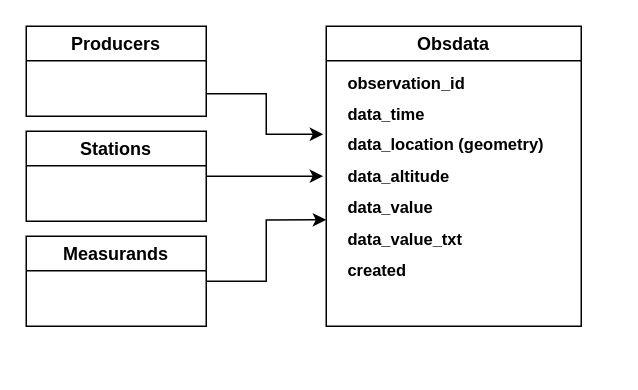
Earlier version of the draw.io diagram previous-exp/3rdparty-postgis-FMI-simplified.drawio (EURODEO/e-soh-poc-report). Source tidied: cells renumbered, new cells numbered last; positions are measured from the earlier drawing's top-left corner, leaving out a move shared by most shapes. Both pictures are drawn from the tidied source at 150%, with x=0, y=0 at pixel (26, 26).
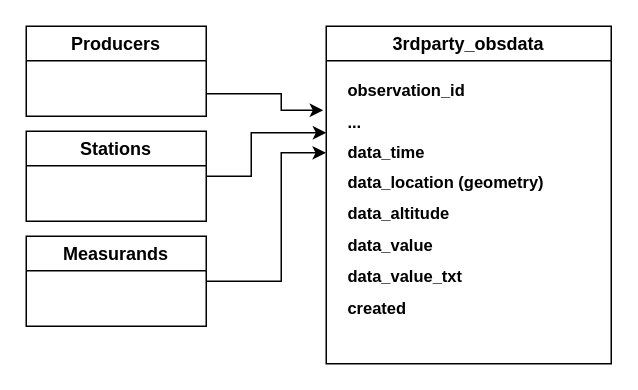
The same page after the edit.

What changed in the source:
```diff
@@
 <mxGraphModel>
   <root>
     <mxCell id="0" />
     <mxCell id="1" parent="0" />
-    <mxCell id="2" style="edgeStyle=orthogonalEdgeStyle;rounded=0;jettySize=auto;html=1;exitX=1;exitY=0.5;exitDx=0;exitDy=0;entryX=-0.012;entryY=0.444;entryDx=0;entryDy=0;entryPerimeter=0;" parent="1" edge="1" source="3" target="9">
-      <mxGeometry relative="1" as="geometry" />
+    <mxCell id="2" style="edgeStyle=orthogonalEdgeStyle;rounded=0;jettySize=auto;html=1;exitX=1;exitY=0.5;exitDx=0;exitDy=0;entryX=0;entryY=0.23;entryDx=0;entryDy=0;entryPerimeter=0;" parent="1" edge="1" source="3" target="9">
+      <mxGeometry relative="1" as="geometry">
+        <Array as="points">
+          <mxPoint x="150" y="100" />
+          <mxPoint x="150" y="71" />
+        </Array>
+      </mxGeometry>
     </mxCell>
     <mxCell id="3" value="Stations" style="swimlane;whiteSpace=wrap;html=1;" parent="1" vertex="1">
       <mxGeometry y="70" width="120" height="60" as="geometry" />
     </mxCell>
-    <mxCell id="4" style="edgeStyle=orthogonalEdgeStyle;rounded=0;jettySize=auto;html=1;exitX=1;exitY=0.75;exitDx=0;exitDy=0;entryX=-0.012;entryY=0.289;entryDx=0;entryDy=0;entryPerimeter=0;" parent="1" edge="1" source="5" target="9">
-      <mxGeometry relative="1" as="geometry" />
+    <mxCell id="4" style="edgeStyle=orthogonalEdgeStyle;rounded=0;jettySize=auto;html=1;exitX=1;exitY=0.75;exitDx=0;exitDy=0;entryX=-0.012;entryY=0.155;entryDx=0;entryDy=0;entryPerimeter=0;" parent="1" edge="1" source="5" target="9">
+      <mxGeometry relative="1" as="geometry">
+        <Array as="points">
+          <mxPoint x="170" y="45" />
+          <mxPoint x="170" y="56" />
+        </Array>
+      </mxGeometry>
     </mxCell>
     <mxCell id="5" value="Producers" style="swimlane;whiteSpace=wrap;html=1;" parent="1" vertex="1">
       <mxGeometry width="120" height="60" as="geometry" />
     </mxCell>
-    <mxCell id="6" style="edgeStyle=orthogonalEdgeStyle;rounded=0;jettySize=auto;html=1;exitX=1;exitY=0.5;exitDx=0;exitDy=0;entryX=0;entryY=0.606;entryDx=0;entryDy=0;entryPerimeter=0;" parent="1" edge="1" source="7" target="9">
-      <mxGeometry relative="1" as="geometry" />
+    <mxCell id="6" style="edgeStyle=orthogonalEdgeStyle;rounded=0;jettySize=auto;html=1;exitX=1;exitY=0.5;exitDx=0;exitDy=0;entryX=-0.001;entryY=0.297;entryDx=0;entryDy=0;entryPerimeter=0;" parent="1" edge="1" source="7" target="9">
+      <mxGeometry relative="1" as="geometry">
+        <Array as="points">
+          <mxPoint x="170" y="170" />
+          <mxPoint x="170" y="84" />
+        </Array>
+      </mxGeometry>
     </mxCell>
     <mxCell id="7" value="Measurands" style="swimlane;whiteSpace=wrap;html=1;" parent="1" vertex="1">
       <mxGeometry y="140" width="120" height="60" as="geometry" />
     </mxCell>
-    <mxCell id="8" value="Obsdata" style="swimlane;whiteSpace=wrap;html=1;startSize=23;" parent="1" vertex="1">
-      <mxGeometry x="200" width="170" height="200" as="geometry" />
+    <mxCell id="8" value="3rdparty_obsdata" style="swimlane;whiteSpace=wrap;html=1;startSize=23;" parent="1" vertex="1">
+      <mxGeometry x="200" width="190" height="225" as="geometry" />
     </mxCell>
-    <mxCell id="9" value="&lt;div style=&quot;margin: 0px; padding: 0px 1em 0px 0em; border-radius: 0px; background: none rgb(255, 255, 255); border: 0px; inset: auto; float: none; height: auto; line-height: 20px; outline: 0px; overflow: visible; position: static; text-align: left; vertical-align: baseline; width: auto; box-sizing: content-box; min-height: inherit; color: rgb(51, 51, 51); font-size: 11px;&quot; class=&quot;line number3 index2 alt2&quot;&gt;&lt;code style=&quot;border-radius: 0px; background: none; border: 0px; inset: auto; float: none; height: auto; line-height: 20px; margin: 0px; outline: 0px; overflow: visible; padding: 0px; position: static; vertical-align: baseline; width: auto; box-sizing: content-box; min-height: inherit; color: rgb(0, 0, 0) !important;&quot; class=&quot;java plain&quot;&gt;&lt;b style=&quot;&quot;&gt;&lt;font face=&quot;Helvetica&quot; style=&quot;font-size: 11px;&quot;&gt;observation_id&amp;nbsp; &amp;nbsp; &amp;nbsp; &amp;nbsp;&amp;nbsp;&lt;/font&gt;&lt;/b&gt;&lt;/code&gt;&lt;/div&gt;&lt;div style=&quot;margin: 0px; padding: 0px 1em 0px 0em; border-radius: 0px; background: none rgb(255, 255, 255); border: 0px; inset: auto; float: none; height: auto; line-height: 20px; outline: 0px; overflow: visible; position: static; text-align: left; vertical-align: baseline; width: auto; box-sizing: content-box; min-height: inherit; color: rgb(51, 51, 51); font-size: 11px;&quot; class=&quot;line number4 index3 alt1&quot;&gt;&lt;b&gt;&lt;span style=&quot;background-color: initial; color: rgb(0, 0, 0);&quot;&gt;data_time&lt;/span&gt;&lt;/b&gt;&lt;br&gt;&lt;/div&gt;&lt;div style=&quot;margin: 0px; padding: 0px 1em 0px 0em; border-radius: 0px; background: none rgb(255, 255, 255); border: 0px; inset: auto; float: none; height: auto; line-height: 20px; outline: 0px; overflow: visible; position: static; text-align: left; vertical-align: baseline; width: auto; box-sizing: content-box; min-height: inherit; color: rgb(51, 51, 51); font-size: 11px;&quot; class=&quot;line number9 index8 alt2&quot;&gt;&lt;code style=&quot;border-radius: 0px; background: none; border: 0px; inset: auto; float: none; height: auto; line-height: 20px; margin: 0px; outline: 0px; overflow: visible; padding: 0px; position: static; vertical-align: baseline; width: auto; box-sizing: content-box; min-height: inherit; color: rgb(0, 0, 0) !important;&quot; class=&quot;java plain&quot;&gt;&lt;b&gt;&lt;font face=&quot;Helvetica&quot; style=&quot;font-size: 11px;&quot;&gt;data_location (geometry)&lt;br&gt;&lt;/font&gt;&lt;/b&gt;&lt;/code&gt;&lt;/div&gt;&lt;div style=&quot;margin: 0px; padding: 0px 1em 0px 0em; border-radius: 0px; background: none rgb(255, 255, 255); border: 0px; inset: auto; float: none; height: auto; line-height: 20px; outline: 0px; overflow: visible; position: static; text-align: left; vertical-align: baseline; width: auto; box-sizing: content-box; min-height: inherit; color: rgb(51, 51, 51); font-size: 11px;&quot; class=&quot;line number9 index8 alt2&quot;&gt;&lt;code style=&quot;border-radius: 0px; background: none; border: 0px; inset: auto; float: none; height: auto; line-height: 20px; margin: 0px; outline: 0px; overflow: visible; padding: 0px; position: static; vertical-align: baseline; width: auto; box-sizing: content-box; min-height: inherit; color: rgb(0, 0, 0) !important;&quot; class=&quot;java plain&quot;&gt;&lt;b&gt;&lt;font face=&quot;Helvetica&quot; style=&quot;font-size: 11px;&quot;&gt;data_altitude&lt;/font&gt;&lt;/b&gt;&lt;/code&gt;&lt;/div&gt;&lt;div style=&quot;margin: 0px; padding: 0px 1em 0px 0em; border-radius: 0px; background: none rgb(255, 255, 255); border: 0px; inset: auto; float: none; height: auto; line-height: 20px; outline: 0px; overflow: visible; position: static; text-align: left; vertical-align: baseline; width: auto; box-sizing: content-box; min-height: inherit; color: rgb(51, 51, 51); font-size: 11px;&quot; class=&quot;line number9 index8 alt2&quot;&gt;&lt;code style=&quot;border-radius: 0px; background: none; border: 0px; inset: auto; float: none; height: auto; line-height: 20px; margin: 0px; outline: 0px; overflow: visible; padding: 0px; position: static; vertical-align: baseline; width: auto; box-sizing: content-box; min-height: inherit; color: rgb(0, 0, 0) !important;&quot; class=&quot;java plain&quot;&gt;&lt;b&gt;&lt;font face=&quot;Helvetica&quot; style=&quot;font-size: 11px;&quot;&gt;data_value&lt;/font&gt;&lt;/b&gt;&lt;/code&gt;&lt;/div&gt;&lt;div style=&quot;margin: 0px; padding: 0px 1em 0px 0em; border-radius: 0px; background: none rgb(255, 255, 255); border: 0px; inset: auto; float: none; height: auto; line-height: 20px; outline: 0px; overflow: visible; position: static; text-align: left; vertical-align: baseline; width: auto; box-sizing: content-box; min-height: inherit; color: rgb(51, 51, 51); font-size: 11px;&quot; class=&quot;line number9 index8 alt2&quot;&gt;&lt;code style=&quot;border-radius: 0px; background: none; border: 0px; inset: auto; float: none; height: auto; line-height: 20px; margin: 0px; outline: 0px; overflow: visible; padding: 0px; position: static; vertical-align: baseline; width: auto; box-sizing: content-box; min-height: inherit; color: rgb(0, 0, 0) !important;&quot; class=&quot;java plain&quot;&gt;&lt;b&gt;&lt;font face=&quot;Helvetica&quot; style=&quot;font-size: 11px;&quot;&gt;data_value_txt&lt;/font&gt;&lt;/b&gt;&lt;/code&gt;&lt;/div&gt;&lt;div style=&quot;margin: 0px; padding: 0px 1em 0px 0em; border-radius: 0px; background: none rgb(255, 255, 255); border: 0px; inset: auto; float: none; height: auto; line-height: 20px; outline: 0px; overflow: visible; position: static; text-align: left; vertical-align: baseline; width: auto; box-sizing: content-box; min-height: inherit; color: rgb(51, 51, 51); font-size: 11px;&quot; class=&quot;line number9 index8 alt2&quot;&gt;&lt;b style=&quot;background-color: initial; color: rgb(0, 0, 0);&quot;&gt;created&lt;/b&gt;&lt;br&gt;&lt;/div&gt;&lt;div style=&quot;margin: 0px; padding: 0px 1em 0px 0em; border-radius: 0px; background: none rgb(255, 255, 255); border: 0px; inset: auto; float: none; height: auto; line-height: 20px; outline: 0px; overflow: visible; position: static; text-align: left; vertical-align: baseline; width: auto; box-sizing: content-box; font-family: Consolas, &amp;quot;Bitstream Vera Sans Mono&amp;quot;, &amp;quot;Courier New&amp;quot;, Courier, monospace; min-height: inherit; color: rgb(51, 51, 51); font-size: 11px;&quot; class=&quot;line number9 index8 alt2&quot;&gt;&lt;br&gt;&lt;/div&gt;" style="text;html=1;align=center;verticalAlign=middle;points=[];strokeColor=none;fillColor=none;" parent="8" vertex="1">
-      <mxGeometry y="20" width="170" height="180" as="geometry" />
+    <mxCell id="9" value="&lt;div style=&quot;margin: 0px; padding: 0px 1em 0px 0em; border-radius: 0px; background: none rgb(255, 255, 255); border: 0px; inset: auto; float: none; height: auto; line-height: 20px; outline: 0px; overflow: visible; position: static; text-align: left; vertical-align: baseline; width: auto; box-sizing: content-box; min-height: inherit; color: rgb(51, 51, 51); font-size: 11px;&quot; class=&quot;line number3 index2 alt2&quot;&gt;&lt;code style=&quot;border-radius: 0px; background: none; border: 0px; inset: auto; float: none; height: auto; line-height: 20px; margin: 0px; outline: 0px; overflow: visible; padding: 0px; position: static; vertical-align: baseline; width: auto; box-sizing: content-box; min-height: inherit; color: rgb(0, 0, 0) !important;&quot; class=&quot;java plain&quot;&gt;&lt;b style=&quot;&quot;&gt;&lt;font face=&quot;Helvetica&quot; style=&quot;font-size: 11px;&quot;&gt;observation_id&amp;nbsp; &amp;nbsp; &amp;nbsp; &amp;nbsp;&amp;nbsp;&lt;/font&gt;&lt;/b&gt;&lt;/code&gt;&lt;/div&gt;&lt;div style=&quot;margin: 0px; padding: 0px 1em 0px 0em; border-radius: 0px; background: none rgb(255, 255, 255); border: 0px; inset: auto; float: none; height: auto; line-height: 20px; outline: 0px; overflow: visible; position: static; text-align: left; vertical-align: baseline; width: auto; box-sizing: content-box; min-height: inherit; color: rgb(51, 51, 51); font-size: 11px;&quot; class=&quot;line number4 index3 alt1&quot;&gt;&lt;b&gt;&lt;span style=&quot;background-color: initial; color: rgb(0, 0, 0);&quot;&gt;...&lt;/span&gt;&lt;/b&gt;&lt;/div&gt;&lt;div style=&quot;margin: 0px; padding: 0px 1em 0px 0em; border-radius: 0px; background: none rgb(255, 255, 255); border: 0px; inset: auto; float: none; height: auto; line-height: 20px; outline: 0px; overflow: visible; position: static; text-align: left; vertical-align: baseline; width: auto; box-sizing: content-box; min-height: inherit; color: rgb(51, 51, 51); font-size: 11px;&quot; class=&quot;line number4 index3 alt1&quot;&gt;&lt;b&gt;&lt;span style=&quot;background-color: initial; color: rgb(0, 0, 0);&quot;&gt;data_time&lt;/span&gt;&lt;/b&gt;&lt;br&gt;&lt;/div&gt;&lt;div style=&quot;margin: 0px; padding: 0px 1em 0px 0em; border-radius: 0px; background: none rgb(255, 255, 255); border: 0px; inset: auto; float: none; height: auto; line-height: 20px; outline: 0px; overflow: visible; position: static; text-align: left; vertical-align: baseline; width: auto; box-sizing: content-box; min-height: inherit; color: rgb(51, 51, 51); font-size: 11px;&quot; class=&quot;line number9 index8 alt2&quot;&gt;&lt;code style=&quot;border-radius: 0px; background: none; border: 0px; inset: auto; float: none; height: auto; line-height: 20px; margin: 0px; outline: 0px; overflow: visible; padding: 0px; position: static; vertical-align: baseline; width: auto; box-sizing: content-box; min-height: inherit; color: rgb(0, 0, 0) !important;&quot; class=&quot;java plain&quot;&gt;&lt;b&gt;&lt;font face=&quot;Helvetica&quot; style=&quot;font-size: 11px;&quot;&gt;data_location (geometry)&lt;br&gt;&lt;/font&gt;&lt;/b&gt;&lt;/code&gt;&lt;/div&gt;&lt;div style=&quot;margin: 0px; padding: 0px 1em 0px 0em; border-radius: 0px; background: none rgb(255, 255, 255); border: 0px; inset: auto; float: none; height: auto; line-height: 20px; outline: 0px; overflow: visible; position: static; text-align: left; vertical-align: baseline; width: auto; box-sizing: content-box; min-height: inherit; color: rgb(51, 51, 51); font-size: 11px;&quot; class=&quot;line number9 index8 alt2&quot;&gt;&lt;code style=&quot;border-radius: 0px; background: none; border: 0px; inset: auto; float: none; height: auto; line-height: 20px; margin: 0px; outline: 0px; overflow: visible; padding: 0px; position: static; vertical-align: baseline; width: auto; box-sizing: content-box; min-height: inherit; color: rgb(0, 0, 0) !important;&quot; class=&quot;java plain&quot;&gt;&lt;b&gt;&lt;font face=&quot;Helvetica&quot; style=&quot;font-size: 11px;&quot;&gt;data_altitude&lt;/font&gt;&lt;/b&gt;&lt;/code&gt;&lt;/div&gt;&lt;div style=&quot;margin: 0px; padding: 0px 1em 0px 0em; border-radius: 0px; background: none rgb(255, 255, 255); border: 0px; inset: auto; float: none; height: auto; line-height: 20px; outline: 0px; overflow: visible; position: static; text-align: left; vertical-align: baseline; width: auto; box-sizing: content-box; min-height: inherit; color: rgb(51, 51, 51); font-size: 11px;&quot; class=&quot;line number9 index8 alt2&quot;&gt;&lt;code style=&quot;border-radius: 0px; background: none; border: 0px; inset: auto; float: none; height: auto; line-height: 20px; margin: 0px; outline: 0px; overflow: visible; padding: 0px; position: static; vertical-align: baseline; width: auto; box-sizing: content-box; min-height: inherit; color: rgb(0, 0, 0) !important;&quot; class=&quot;java plain&quot;&gt;&lt;b&gt;&lt;font face=&quot;Helvetica&quot; style=&quot;font-size: 11px;&quot;&gt;data_value&lt;/font&gt;&lt;/b&gt;&lt;/code&gt;&lt;/div&gt;&lt;div style=&quot;margin: 0px; padding: 0px 1em 0px 0em; border-radius: 0px; background: none rgb(255, 255, 255); border: 0px; inset: auto; float: none; height: auto; line-height: 20px; outline: 0px; overflow: visible; position: static; text-align: left; vertical-align: baseline; width: auto; box-sizing: content-box; min-height: inherit; color: rgb(51, 51, 51); font-size: 11px;&quot; class=&quot;line number9 index8 alt2&quot;&gt;&lt;code style=&quot;border-radius: 0px; background: none; border: 0px; inset: auto; float: none; height: auto; line-height: 20px; margin: 0px; outline: 0px; overflow: visible; padding: 0px; position: static; vertical-align: baseline; width: auto; box-sizing: content-box; min-height: inherit; color: rgb(0, 0, 0) !important;&quot; class=&quot;java plain&quot;&gt;&lt;b&gt;&lt;font face=&quot;Helvetica&quot; style=&quot;font-size: 11px;&quot;&gt;data_value_txt&lt;/font&gt;&lt;/b&gt;&lt;/code&gt;&lt;/div&gt;&lt;div style=&quot;margin: 0px; padding: 0px 1em 0px 0em; border-radius: 0px; background: none rgb(255, 255, 255); border: 0px; inset: auto; float: none; height: auto; line-height: 20px; outline: 0px; overflow: visible; position: static; text-align: left; vertical-align: baseline; width: auto; box-sizing: content-box; min-height: inherit; color: rgb(51, 51, 51); font-size: 11px;&quot; class=&quot;line number9 index8 alt2&quot;&gt;&lt;b style=&quot;background-color: initial; color: rgb(0, 0, 0);&quot;&gt;created&lt;/b&gt;&lt;br&gt;&lt;/div&gt;&lt;div style=&quot;margin: 0px; padding: 0px 1em 0px 0em; border-radius: 0px; background: none rgb(255, 255, 255); border: 0px; inset: auto; float: none; height: auto; line-height: 20px; outline: 0px; overflow: visible; position: static; text-align: left; vertical-align: baseline; width: auto; box-sizing: content-box; font-family: Consolas, &amp;quot;Bitstream Vera Sans Mono&amp;quot;, &amp;quot;Courier New&amp;quot;, Courier, monospace; min-height: inherit; color: rgb(51, 51, 51); font-size: 11px;&quot; class=&quot;line number9 index8 alt2&quot;&gt;&lt;br&gt;&lt;/div&gt;" style="text;html=1;align=center;verticalAlign=middle;points=[];strokeColor=none;fillColor=none;" parent="8" vertex="1">
+      <mxGeometry y="25" width="170" height="200" as="geometry" />
     </mxCell>
   </root>
 </mxGraphModel>
```
